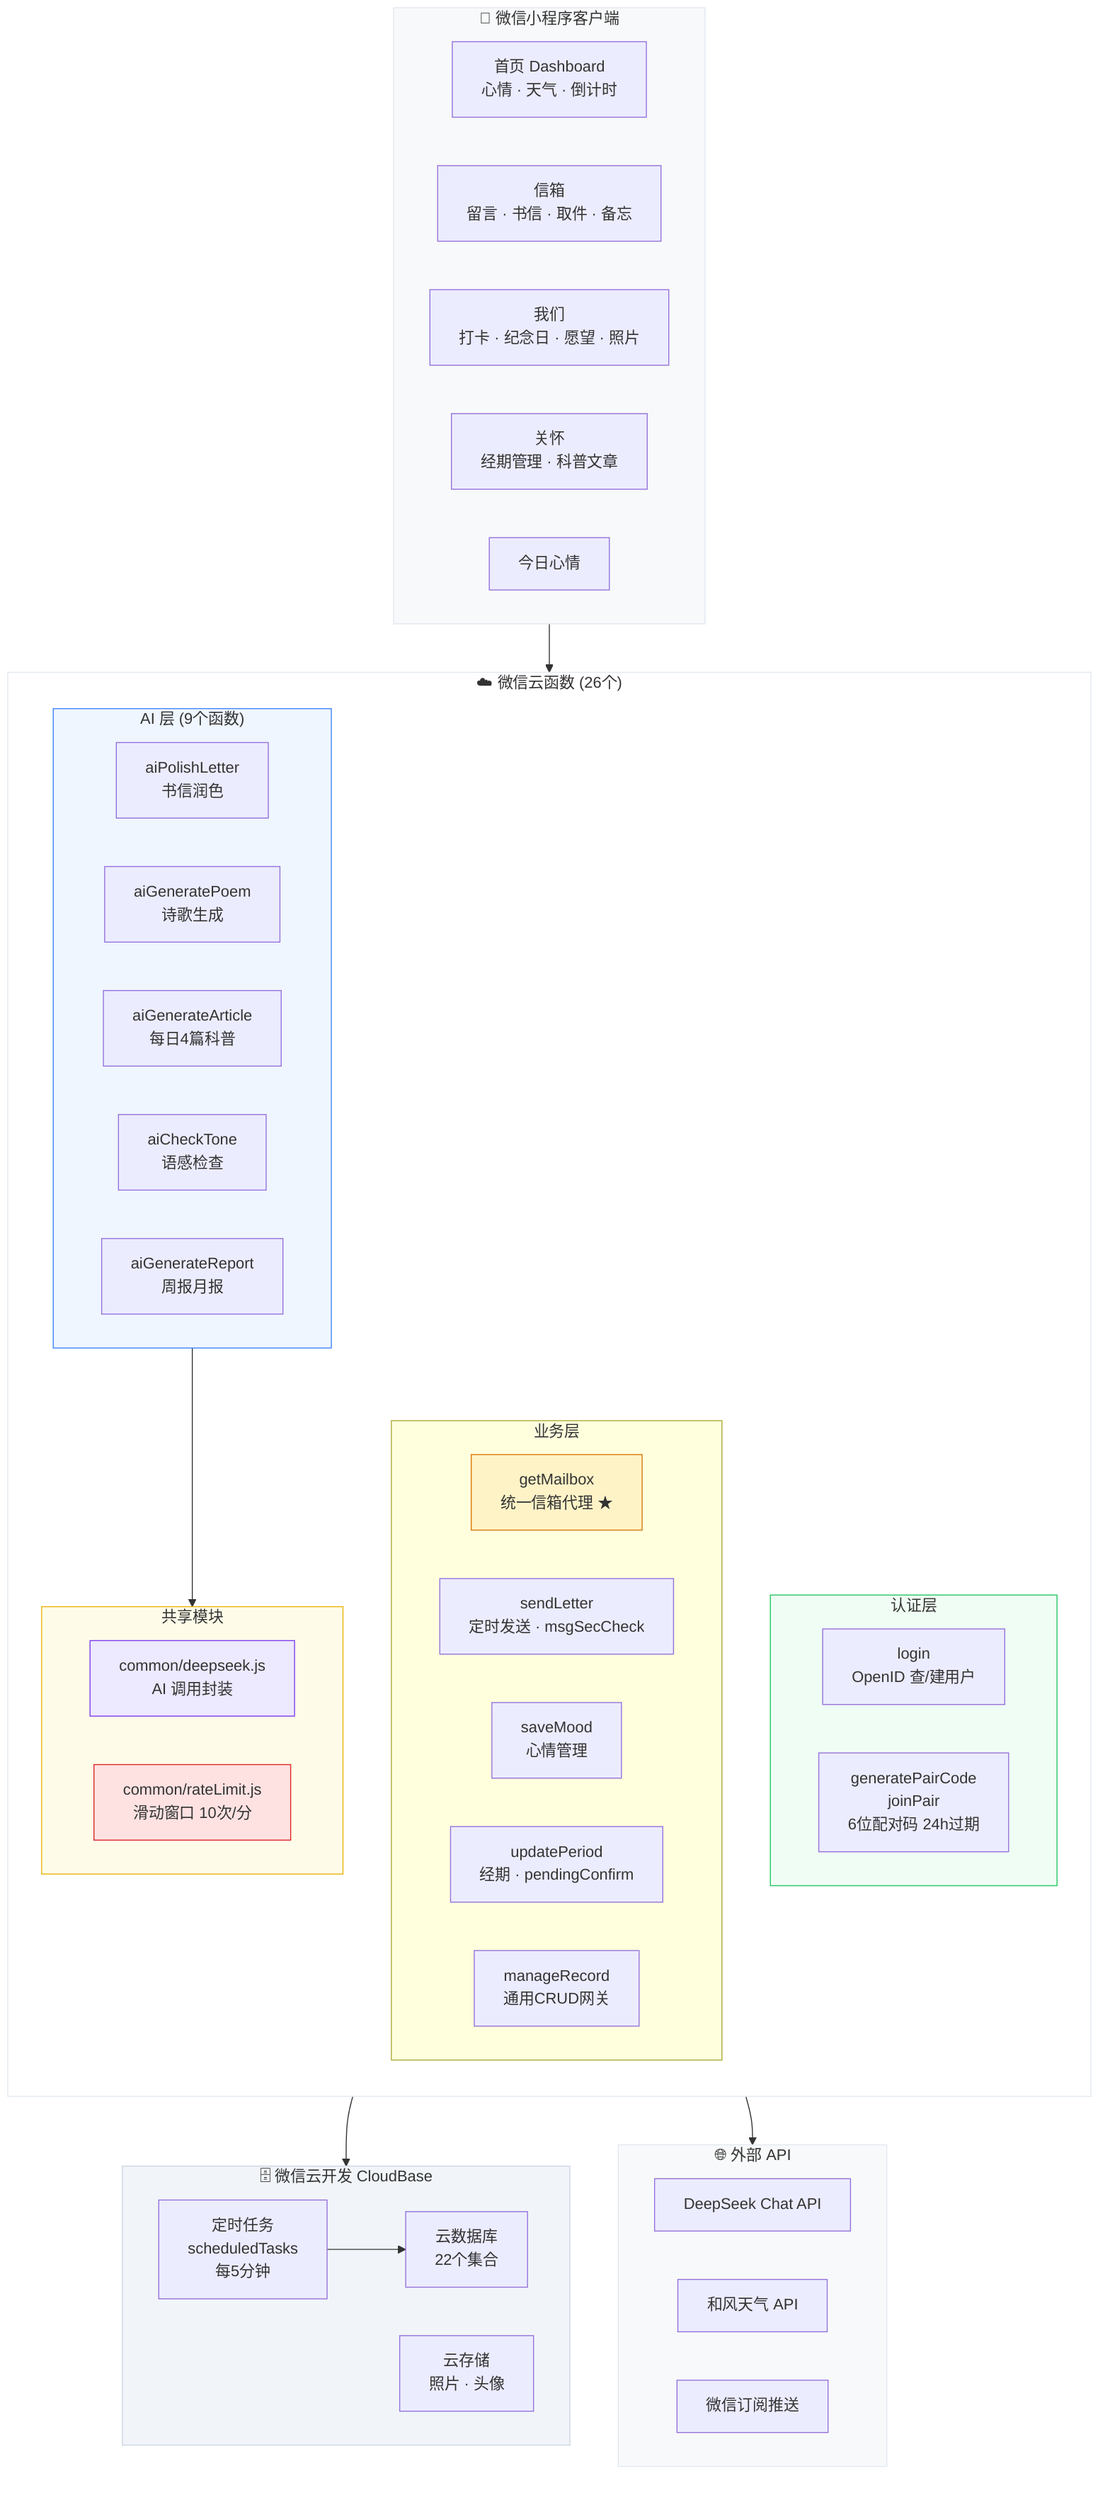
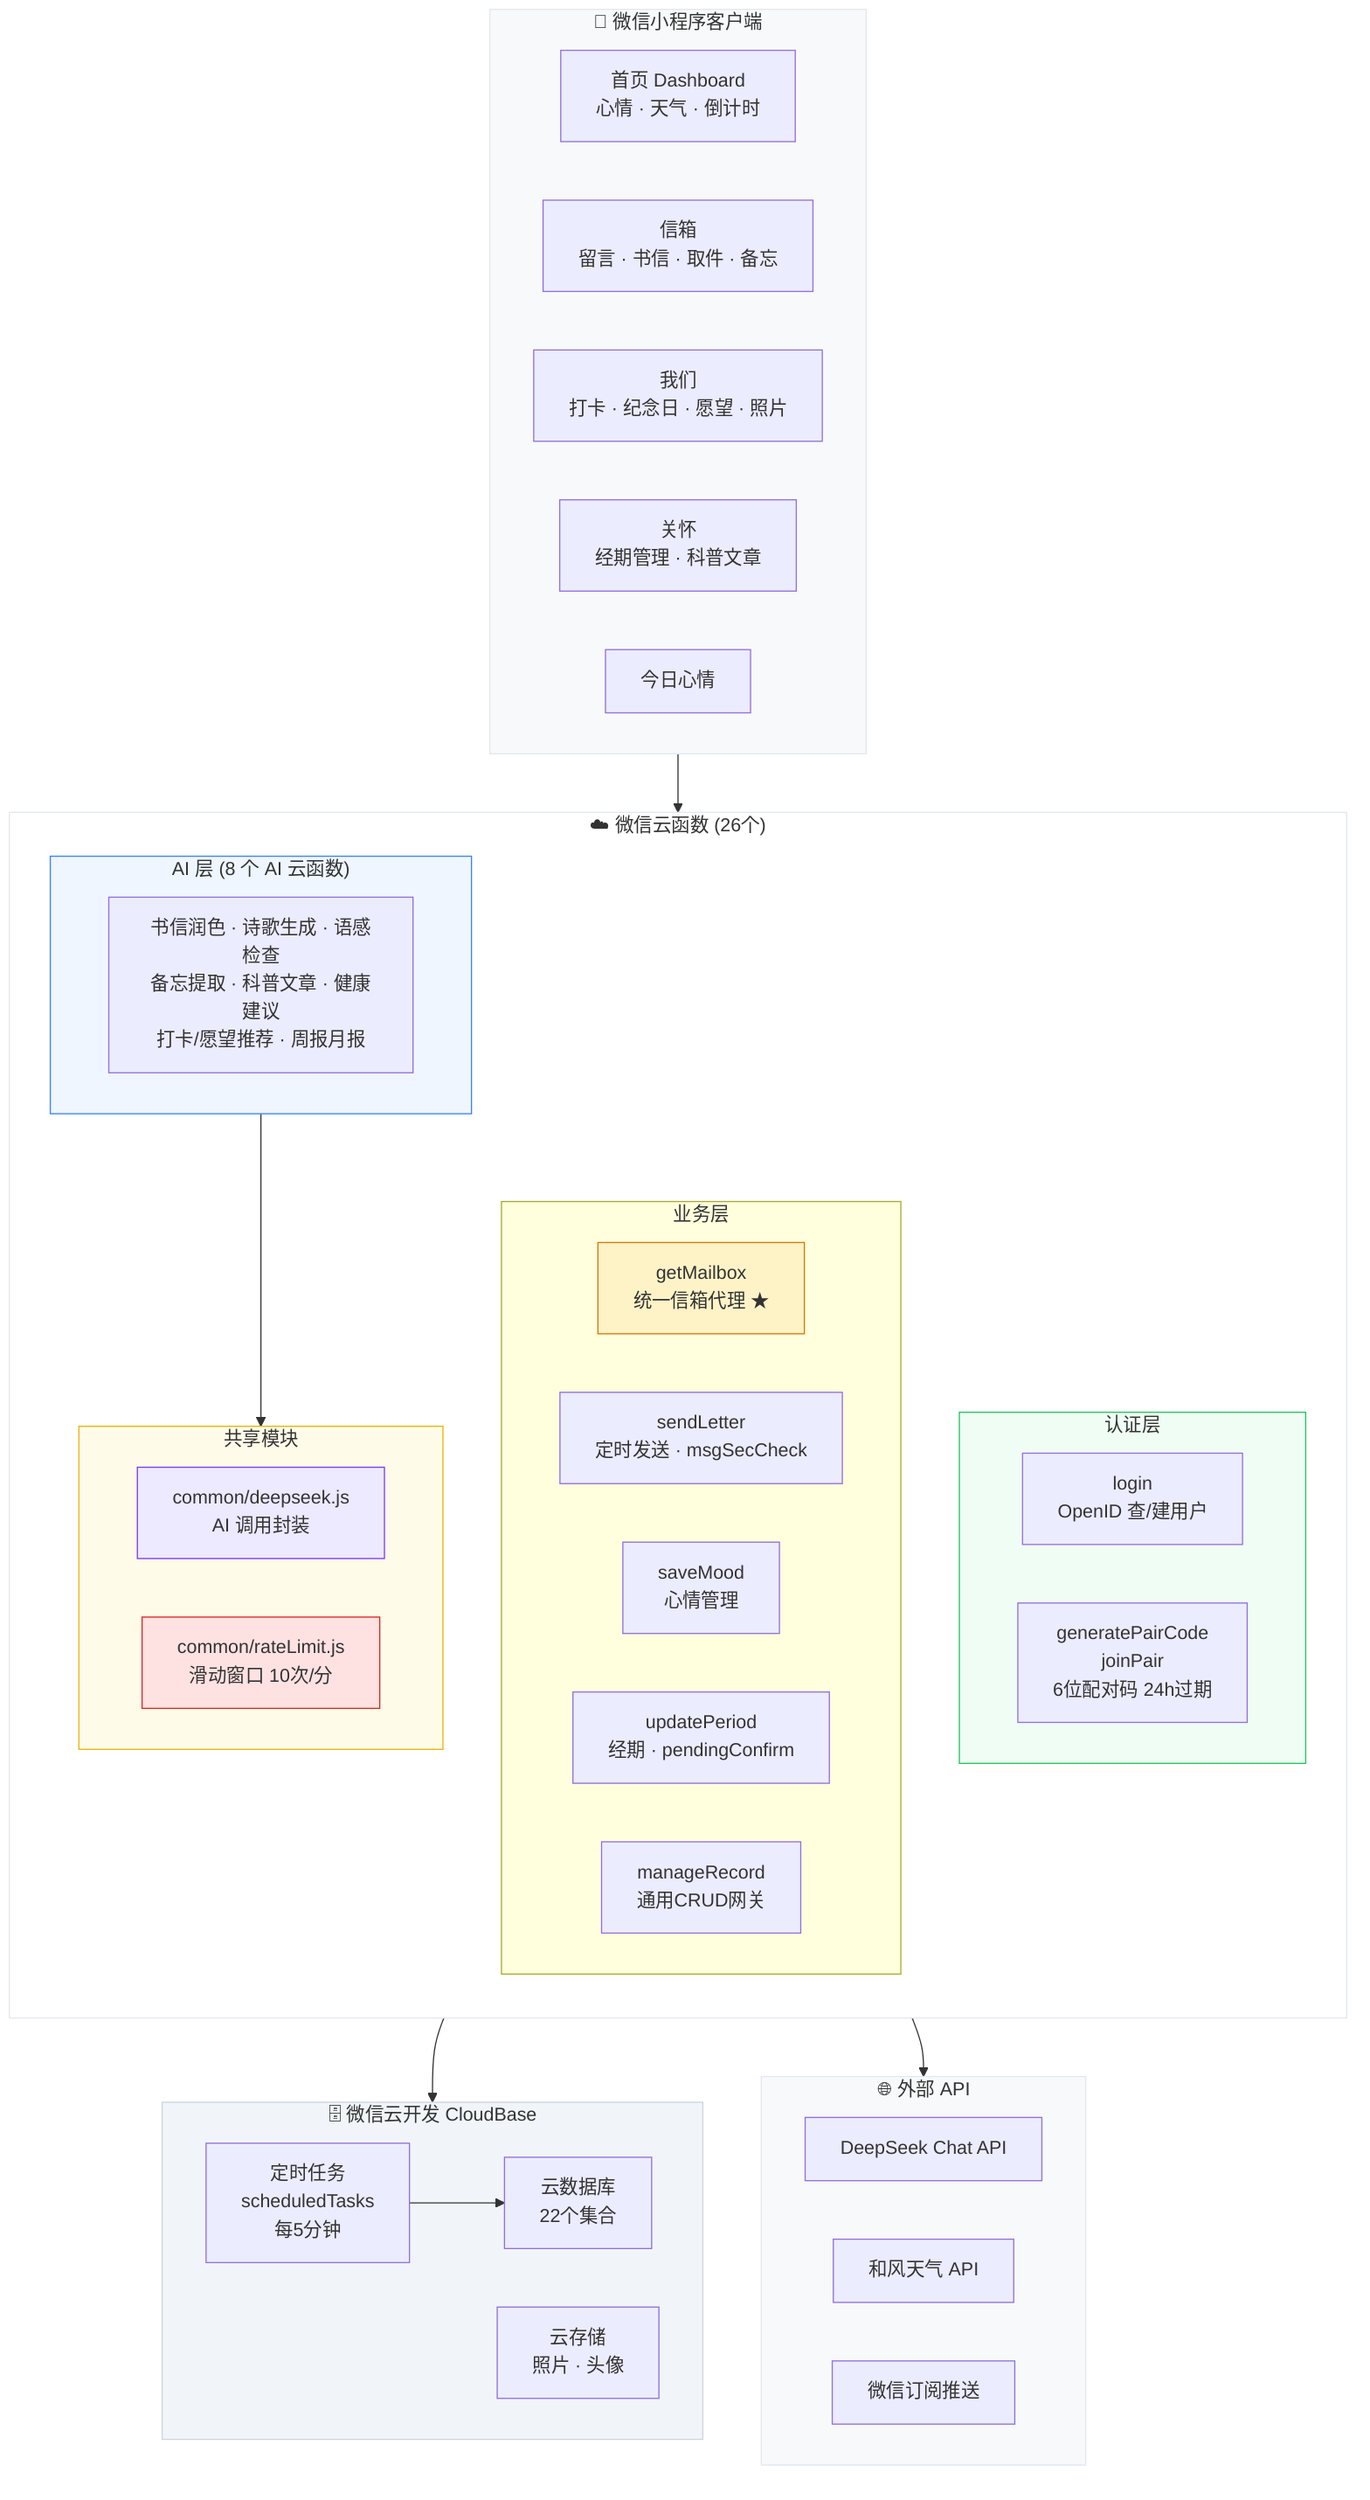
graph TB
    subgraph Client["📱 微信小程序客户端"]
        Home["首页 Dashboard<br/>心情 · 天气 · 倒计时"]
        Mailbox["信箱<br/>留言 · 书信 · 取件 · 备忘"]
        Us["我们<br/>打卡 · 纪念日 · 愿望 · 照片"]
        Care["关怀<br/>经期管理 · 科普文章"]
        Today["今日心情"]
    end

    subgraph CloudFunc["☁️ 微信云函数 (26个)"]
        direction TB
        subgraph Auth["认证层"]
            Login["login<br/>OpenID 查/建用户"]
            Pair["generatePairCode<br/>joinPair<br/>6位配对码 24h过期"]
        end
        subgraph Business["业务层"]
            MailboxCF["getMailbox<br/>统一信箱代理 ★"]
            Letter["sendLetter<br/>定时发送 · msgSecCheck"]
            Mood["saveMood<br/>心情管理"]
            Period["updatePeriod<br/>经期 · pendingConfirm"]
            Record["manageRecord<br/>通用CRUD网关"]
        end
-         subgraph AI["AI 层 (9个函数)"]
-             Polish["aiPolishLetter<br/>书信润色"]
-             Poem["aiGeneratePoem<br/>诗歌生成"]
-             Article["aiGenerateArticle<br/>每日4篇科普"]
-             Tone["aiCheckTone<br/>语感检查"]
-             Report["aiGenerateReport<br/>周报月报"]
+         subgraph AI["AI 层 (8 个 AI 云函数)"]
+             AIFuncs["书信润色 · 诗歌生成 · 语感检查<br/>备忘提取 · 科普文章 · 健康建议<br/>打卡/愿望推荐 · 周报月报"]
        end
        subgraph Shared["共享模块"]
            DeepSeek["common/deepseek.js<br/>AI 调用封装"]
            RateLimit["common/rateLimit.js<br/>滑动窗口 10次/分"]
        end
    end

    subgraph CloudBase["🗄️ 微信云开发 CloudBase"]
        DB["云数据库<br/>22个集合"]
        Storage["云存储<br/>照片 · 头像"]
        Notify["定时任务<br/>scheduledTasks<br/>每5分钟"]
    end

    subgraph External["🌐 外部 API"]
        DeepSeekAPI["DeepSeek Chat API"]
        Weather["和风天气 API"]
        WechatPush["微信订阅推送"]
    end

    Client --> CloudFunc
    CloudFunc --> CloudBase
    CloudFunc --> External
    AI --> Shared
    Notify --> DB

    style Client fill:#f8f9fa,stroke:#e2e8f0
    style CloudFunc fill:#ffffff,stroke:#e2e8f0
    style CloudBase fill:#f1f5f9,stroke:#cbd5e1
    style External fill:#f8f9fa,stroke:#e2e8f0
    style MailboxCF fill:#fef3c7,stroke:#d97706
    style DeepSeek fill:#ede9fe,stroke:#7c3aed
    style RateLimit fill:#fee2e2,stroke:#dc2626
    style Auth fill:#f0fdf4,stroke:#22c55e
    style AI fill:#eff6ff,stroke:#3b82f6
    style Shared fill:#fefce8,stroke:#eab308
